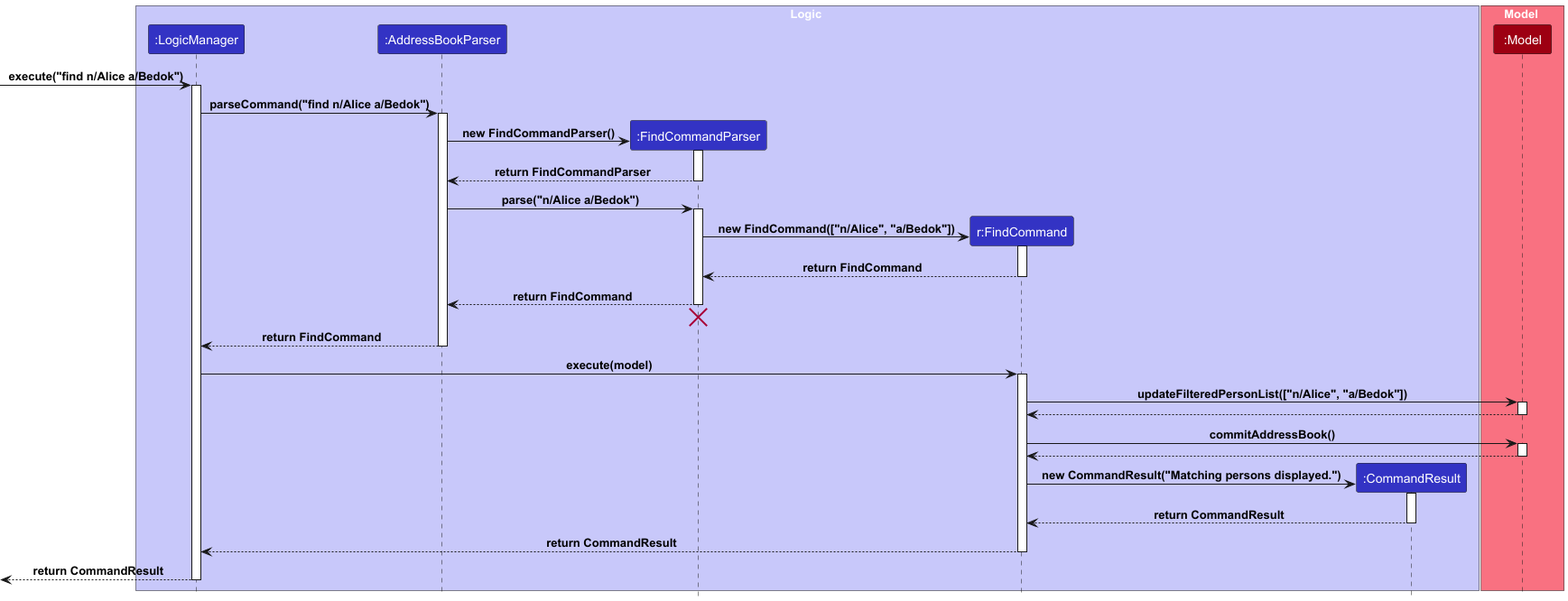
Above: docs/images/FindCommandSequenceDiagram.png in carineang/tp (PlantUML), before the change.
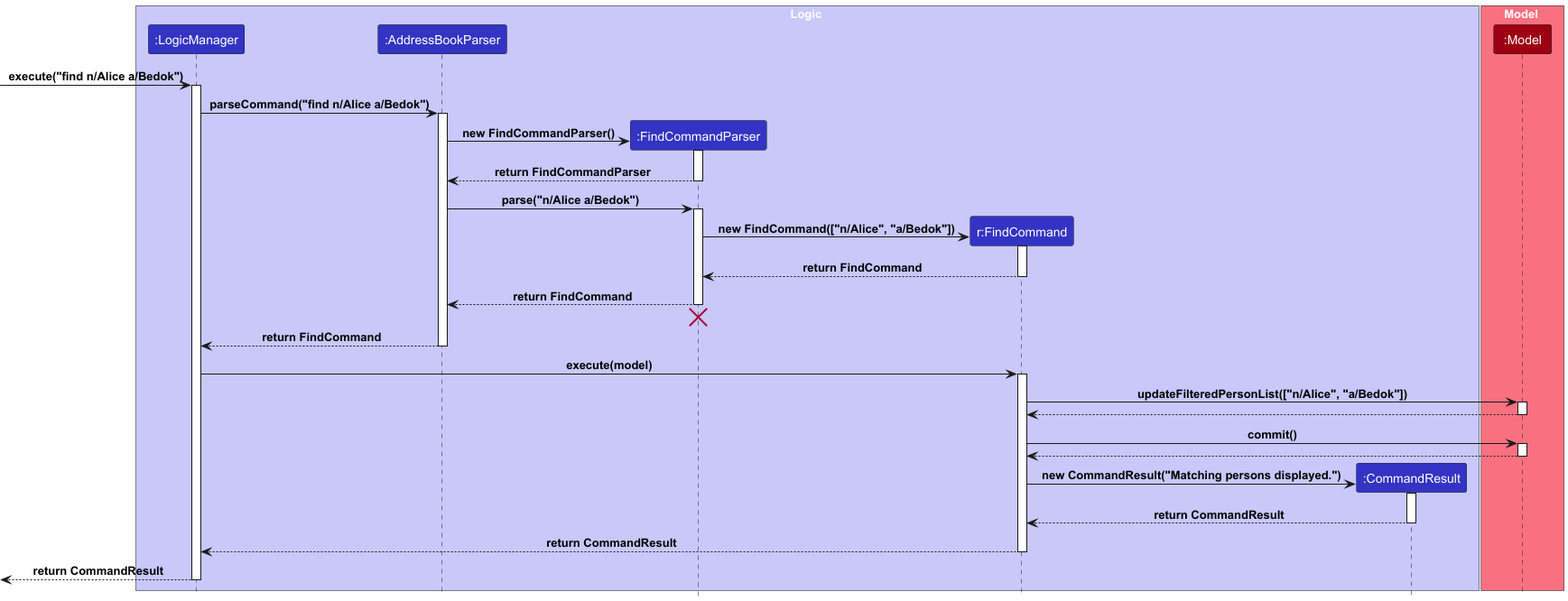
After the change.

Commit message:
Change method name

What changed in the source:
```diff
@@ -54,7 +54,7 @@
 Model --> FindCommand
 deactivate Model
 
-FindCommand -> Model : commitAddressBook()
+FindCommand -> Model : commit()
 activate Model
 
 Model --> FindCommand
```
